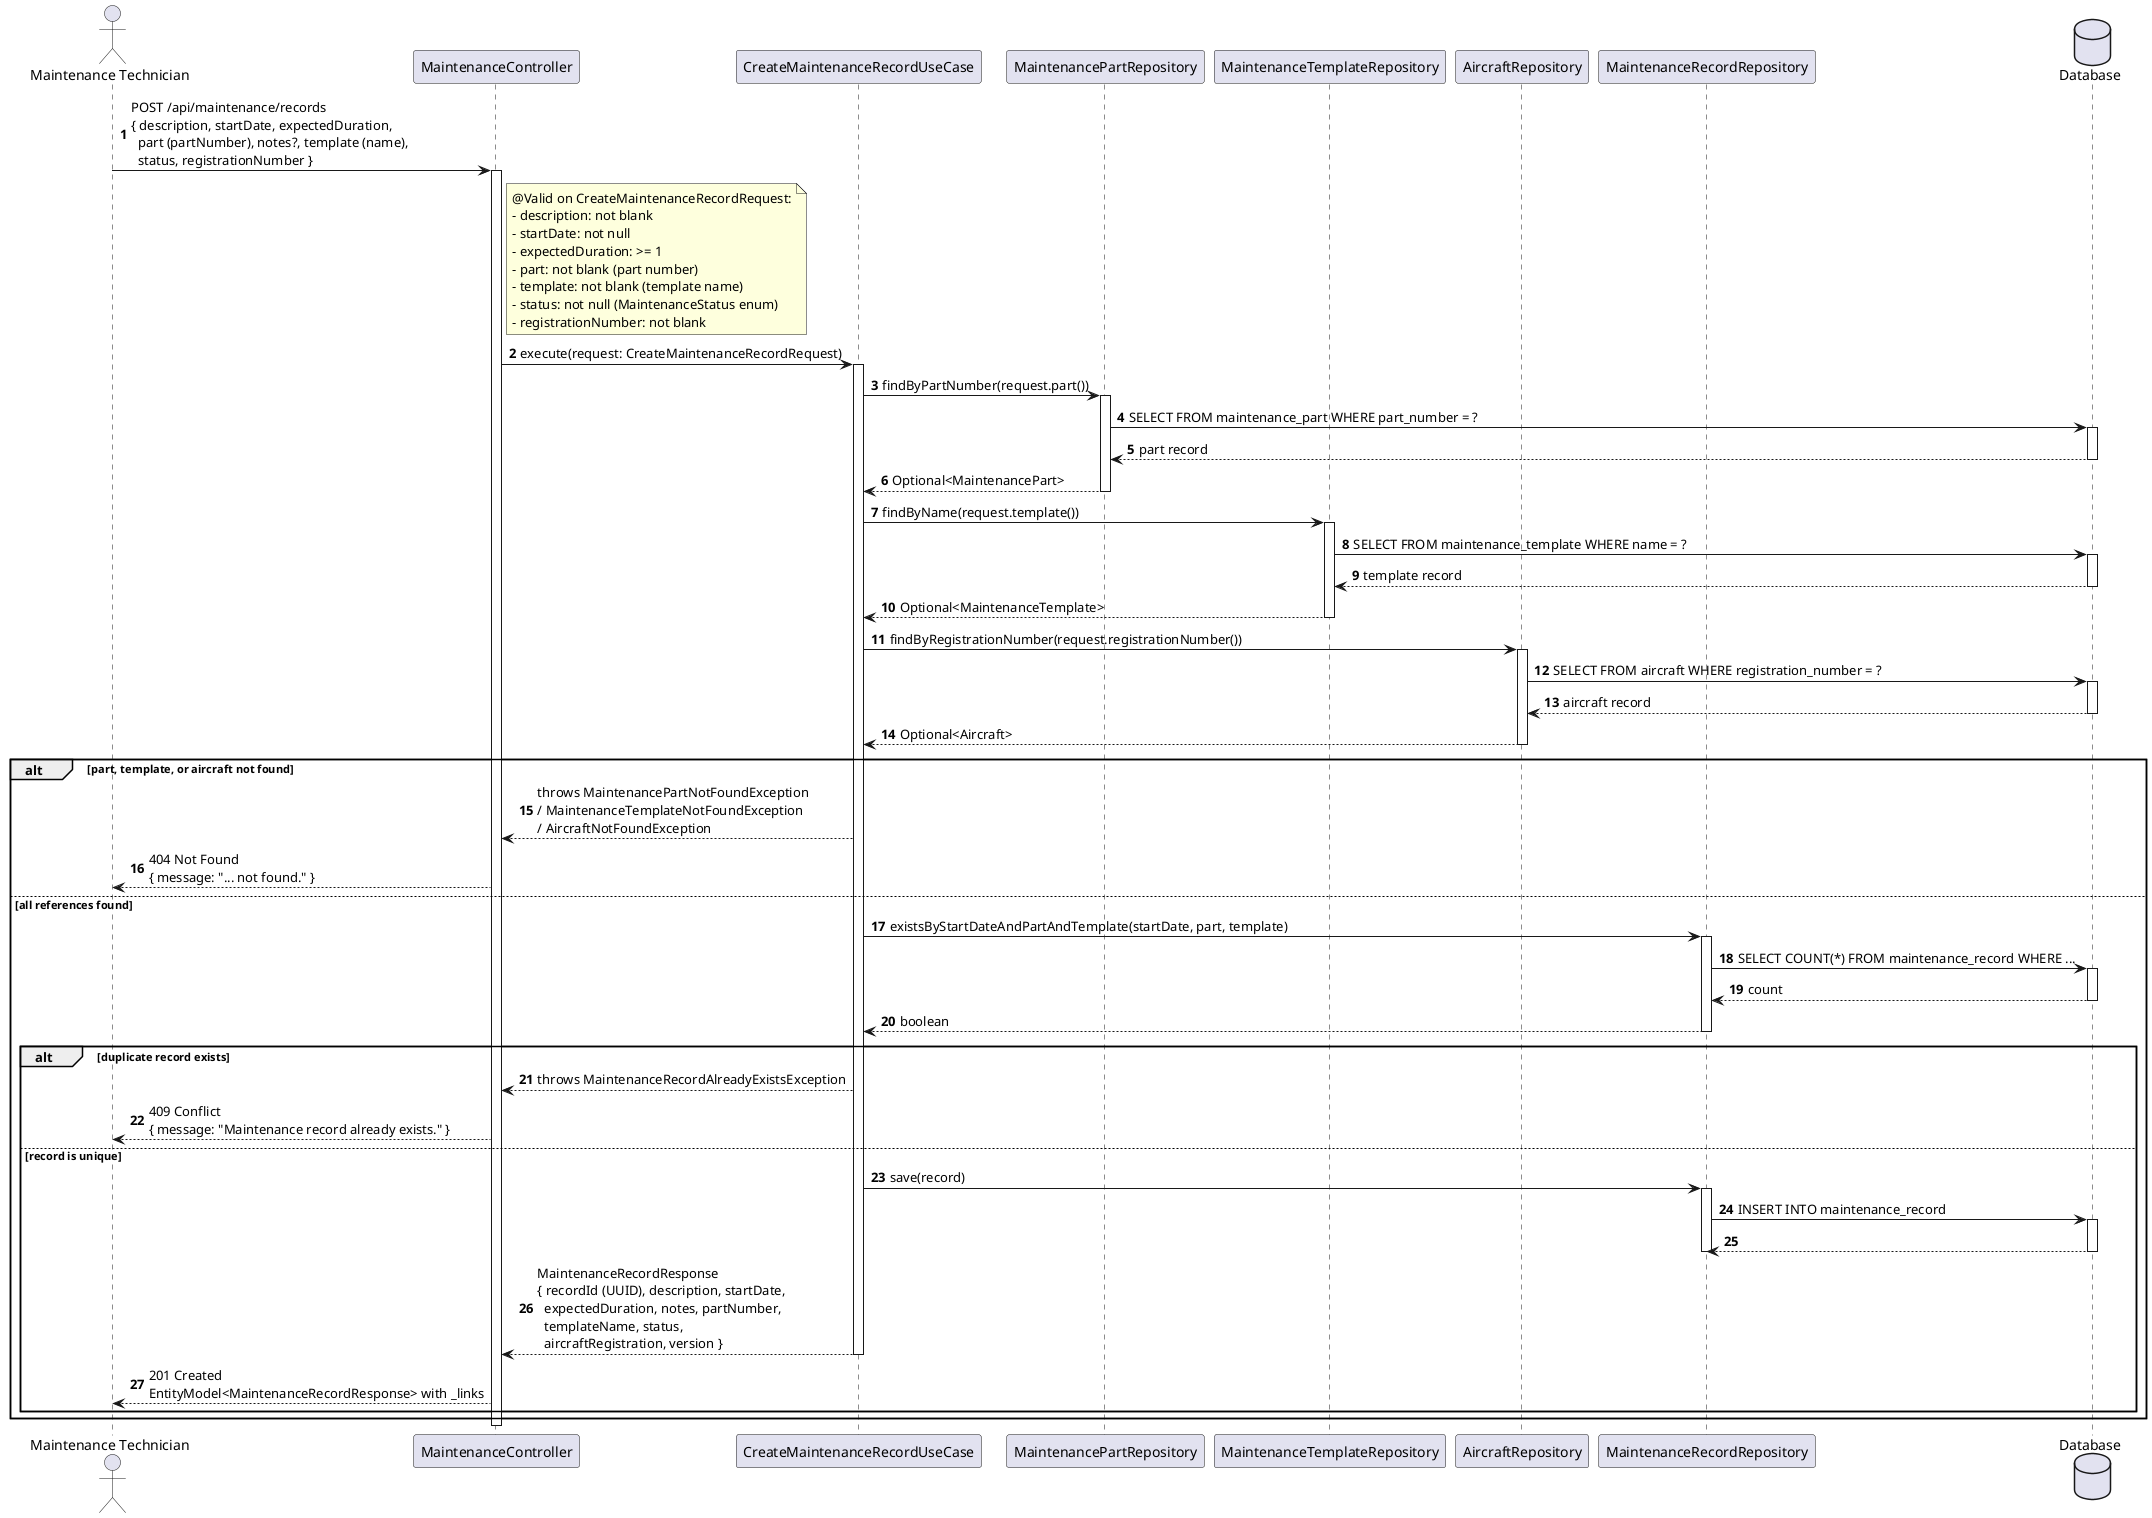
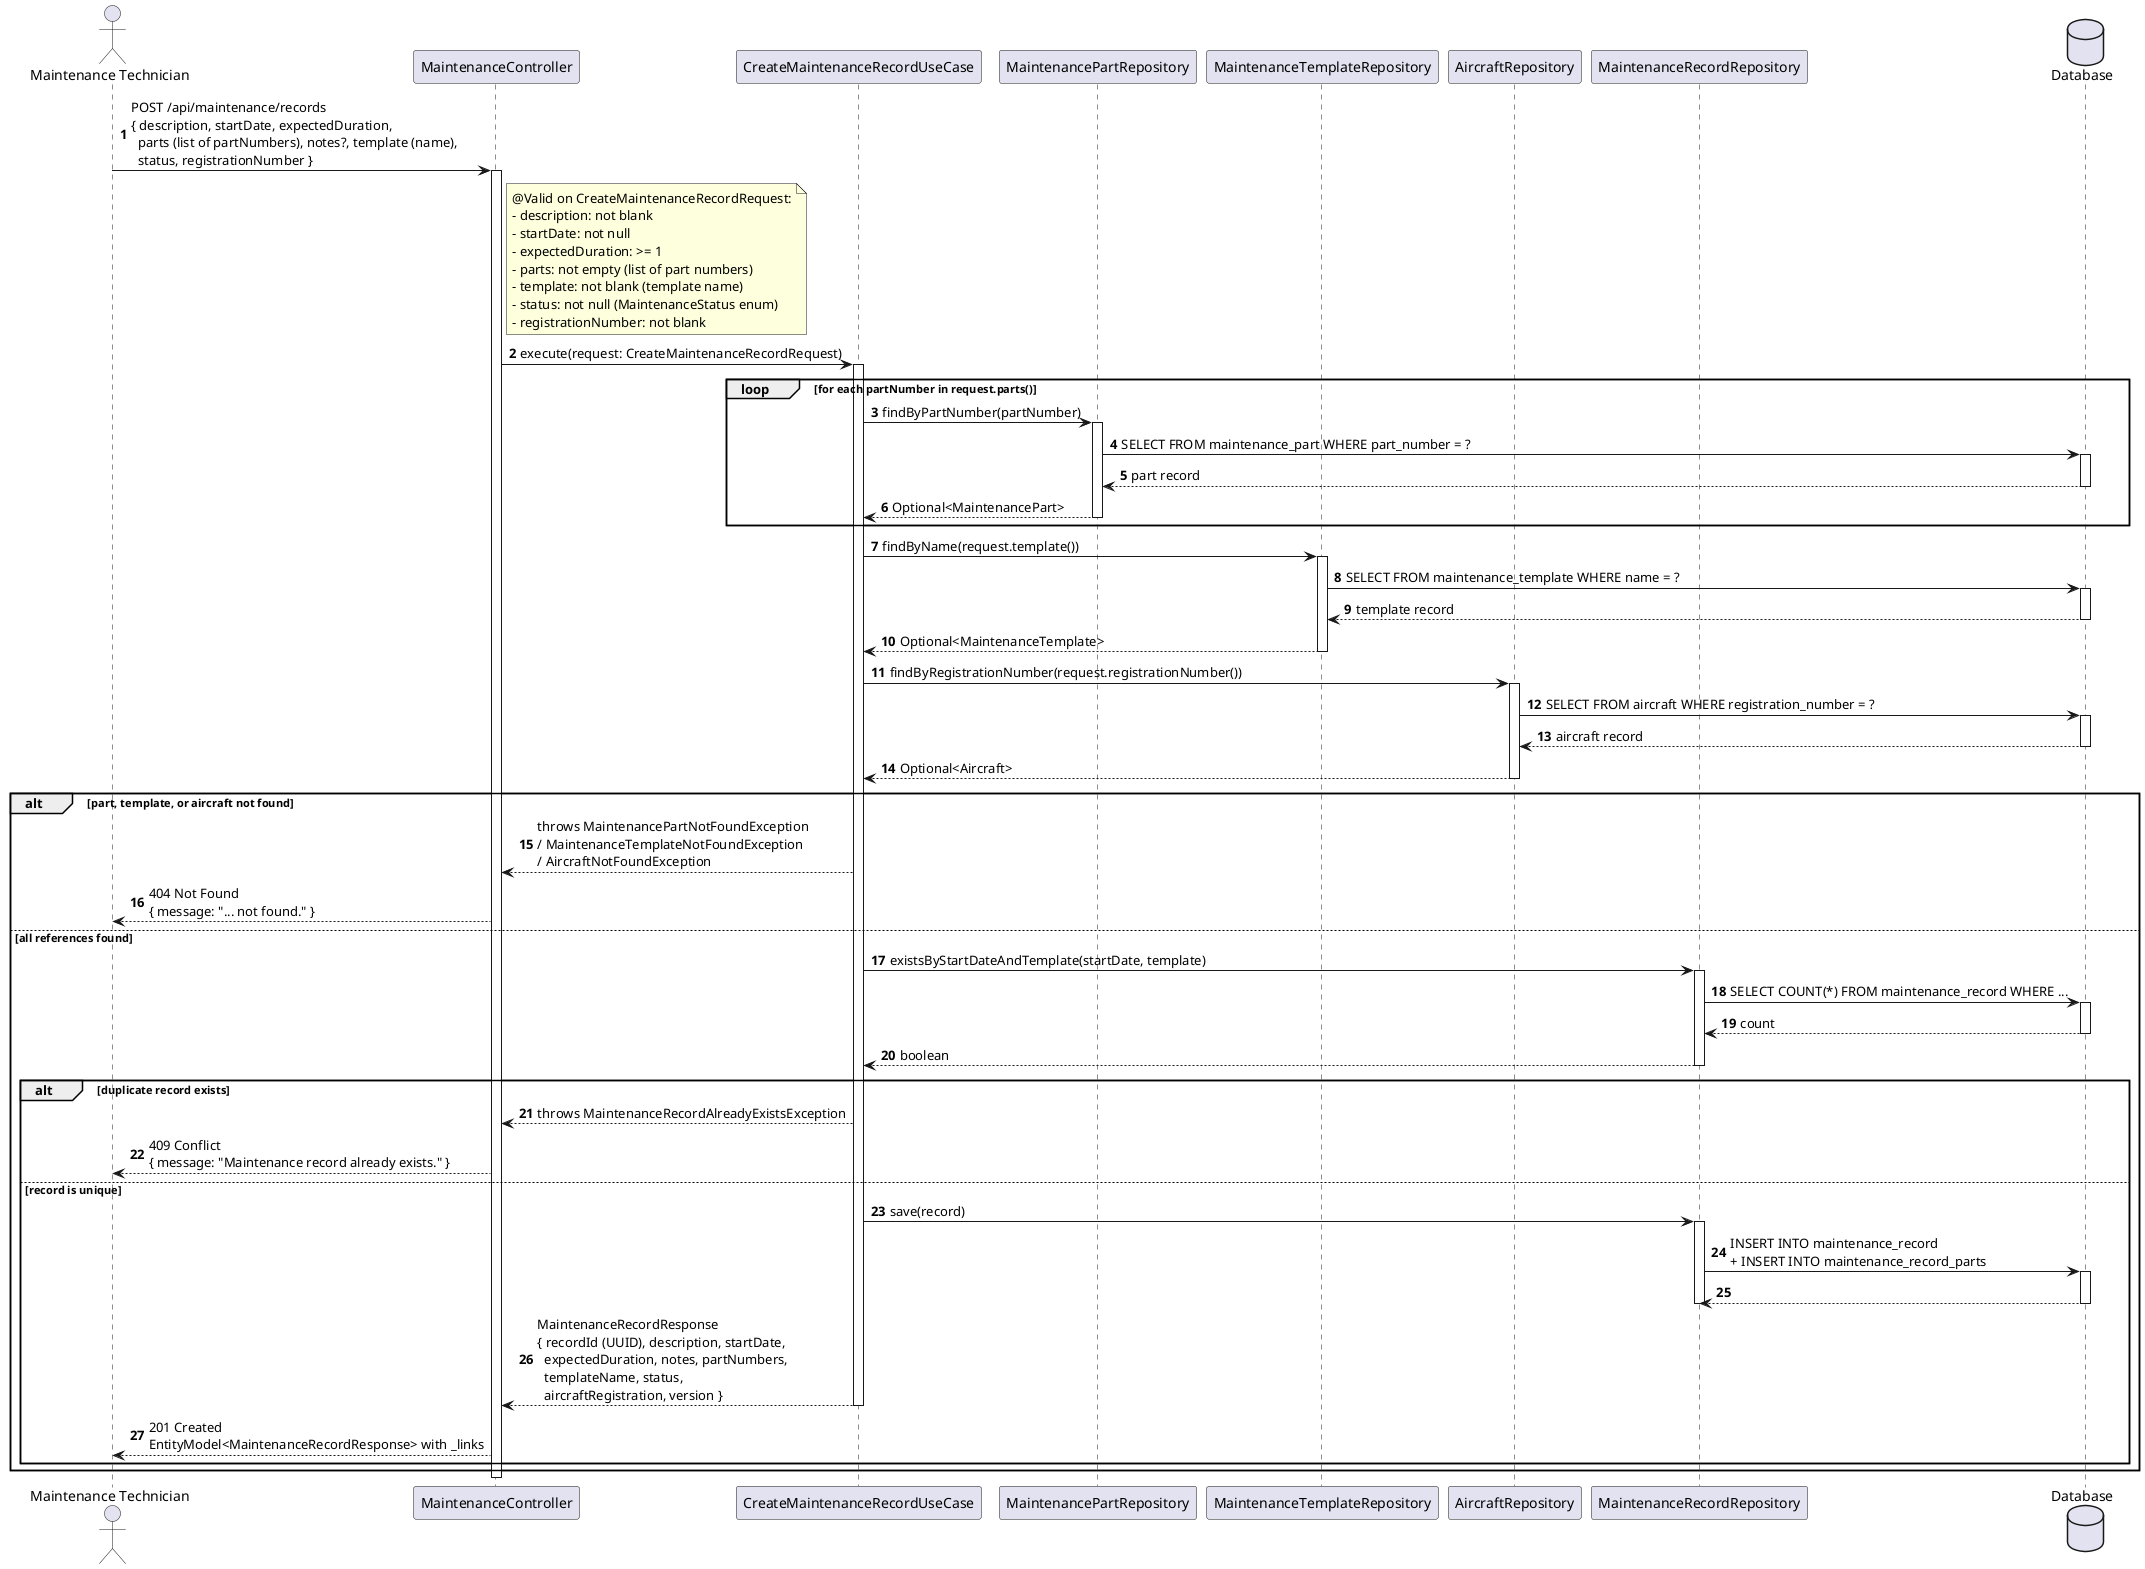
@startuml
autonumber
actor "Maintenance Technician" as MT
participant "MaintenanceController" as Ctrl
participant "CreateMaintenanceRecordUseCase" as UC
participant "MaintenancePartRepository" as PartRepo
participant "MaintenanceTemplateRepository" as TemplateRepo
participant "AircraftRepository" as AircraftRepo
participant "MaintenanceRecordRepository" as Repo
database "Database" as DB

- MT -> Ctrl : POST /api/maintenance/records\n{ description, startDate, expectedDuration,\n  part (partNumber), notes?, template (name),\n  status, registrationNumber }
+ MT -> Ctrl : POST /api/maintenance/records\n{ description, startDate, expectedDuration,\n  parts (list of partNumbers), notes?, template (name),\n  status, registrationNumber }
activate Ctrl

note right of Ctrl
  @Valid on CreateMaintenanceRecordRequest:
  - description: not blank
  - startDate: not null
  - expectedDuration: >= 1
-   - part: not blank (part number)
+   - parts: not empty (list of part numbers)
  - template: not blank (template name)
  - status: not null (MaintenanceStatus enum)
  - registrationNumber: not blank
end note

Ctrl -> UC : execute(request: CreateMaintenanceRecordRequest)
activate UC

- UC -> PartRepo : findByPartNumber(request.part())
- activate PartRepo
- PartRepo -> DB : SELECT FROM maintenance_part WHERE part_number = ?
- activate DB
- DB --> PartRepo : part record
- deactivate DB
- PartRepo --> UC : Optional<MaintenancePart>
- deactivate PartRepo
+ loop for each partNumber in request.parts()
+   UC -> PartRepo : findByPartNumber(partNumber)
+   activate PartRepo
+   PartRepo -> DB : SELECT FROM maintenance_part WHERE part_number = ?
+   activate DB
+   DB --> PartRepo : part record
+   deactivate DB
+   PartRepo --> UC : Optional<MaintenancePart>
+   deactivate PartRepo
+ end

UC -> TemplateRepo : findByName(request.template())
activate TemplateRepo
TemplateRepo -> DB : SELECT FROM maintenance_template WHERE name = ?
activate DB
DB --> TemplateRepo : template record
deactivate DB
TemplateRepo --> UC : Optional<MaintenanceTemplate>
deactivate TemplateRepo

UC -> AircraftRepo : findByRegistrationNumber(request.registrationNumber())
activate AircraftRepo
AircraftRepo -> DB : SELECT FROM aircraft WHERE registration_number = ?
activate DB
DB --> AircraftRepo : aircraft record
deactivate DB
AircraftRepo --> UC : Optional<Aircraft>
deactivate AircraftRepo

alt part, template, or aircraft not found
  UC --> Ctrl : throws MaintenancePartNotFoundException\n/ MaintenanceTemplateNotFoundException\n/ AircraftNotFoundException
  Ctrl --> MT : 404 Not Found\n{ message: "... not found." }
else all references found
-   UC -> Repo : existsByStartDateAndPartAndTemplate(startDate, part, template)
+   UC -> Repo : existsByStartDateAndTemplate(startDate, template)
  activate Repo
  Repo -> DB : SELECT COUNT(*) FROM maintenance_record WHERE ...
  activate DB
  DB --> Repo : count
  deactivate DB
  Repo --> UC : boolean
  deactivate Repo

  alt duplicate record exists
    UC --> Ctrl : throws MaintenanceRecordAlreadyExistsException
    Ctrl --> MT : 409 Conflict\n{ message: "Maintenance record already exists." }
  else record is unique
    UC -> Repo : save(record)
    activate Repo
-     Repo -> DB : INSERT INTO maintenance_record
+     Repo -> DB : INSERT INTO maintenance_record\n+ INSERT INTO maintenance_record_parts
    activate DB
    DB --> Repo
    deactivate DB
    deactivate Repo

-     UC --> Ctrl : MaintenanceRecordResponse\n{ recordId (UUID), description, startDate,\n  expectedDuration, notes, partNumber,\n  templateName, status,\n  aircraftRegistration, version }
+     UC --> Ctrl : MaintenanceRecordResponse\n{ recordId (UUID), description, startDate,\n  expectedDuration, notes, partNumbers,\n  templateName, status,\n  aircraftRegistration, version }
    deactivate UC
    Ctrl --> MT : 201 Created\nEntityModel<MaintenanceRecordResponse> with _links
  end
end

deactivate Ctrl
@enduml
